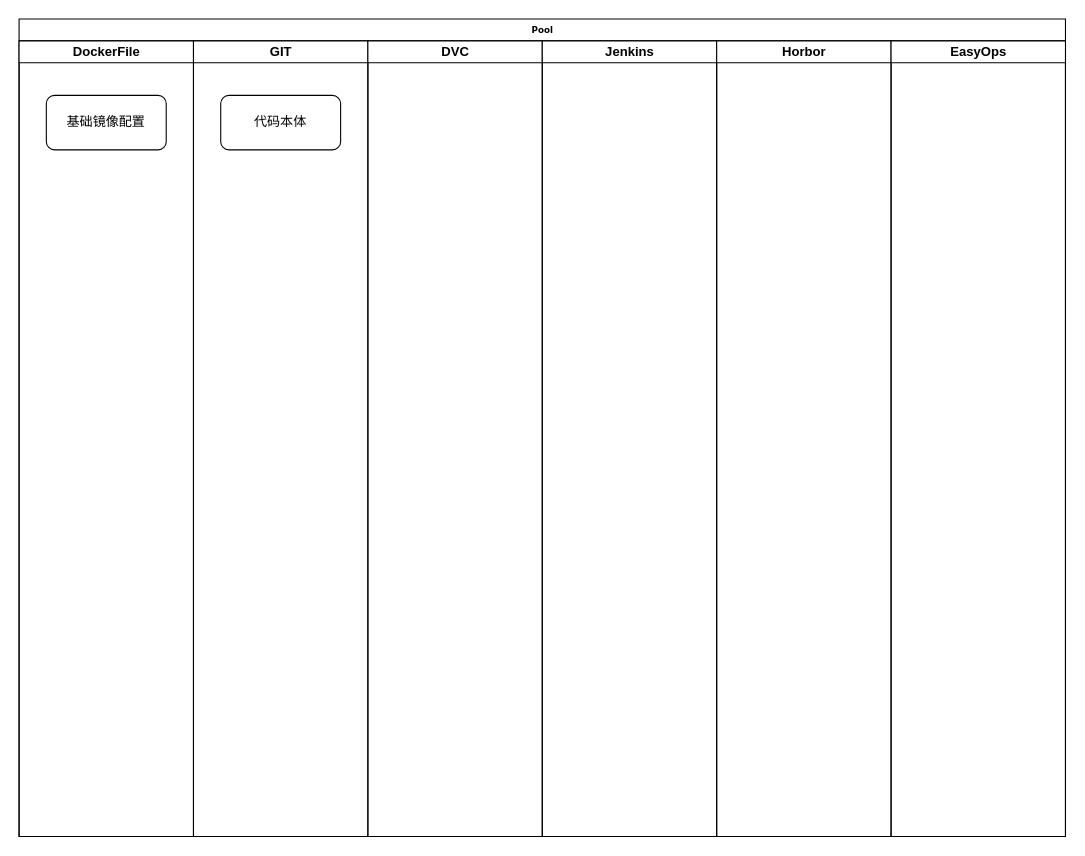
Earlier version of the draw.io diagram Untitled Diagram.drawio (AutoAllenWu/MyAuto). Source tidied: cells renumbered, new cells numbered last; positions are measured from the earlier drawing's top-left corner, leaving out a move shared by most shapes. Both pictures are drawn from the tidied source at 109%, with x=0, y=0 at pixel (19, 19).
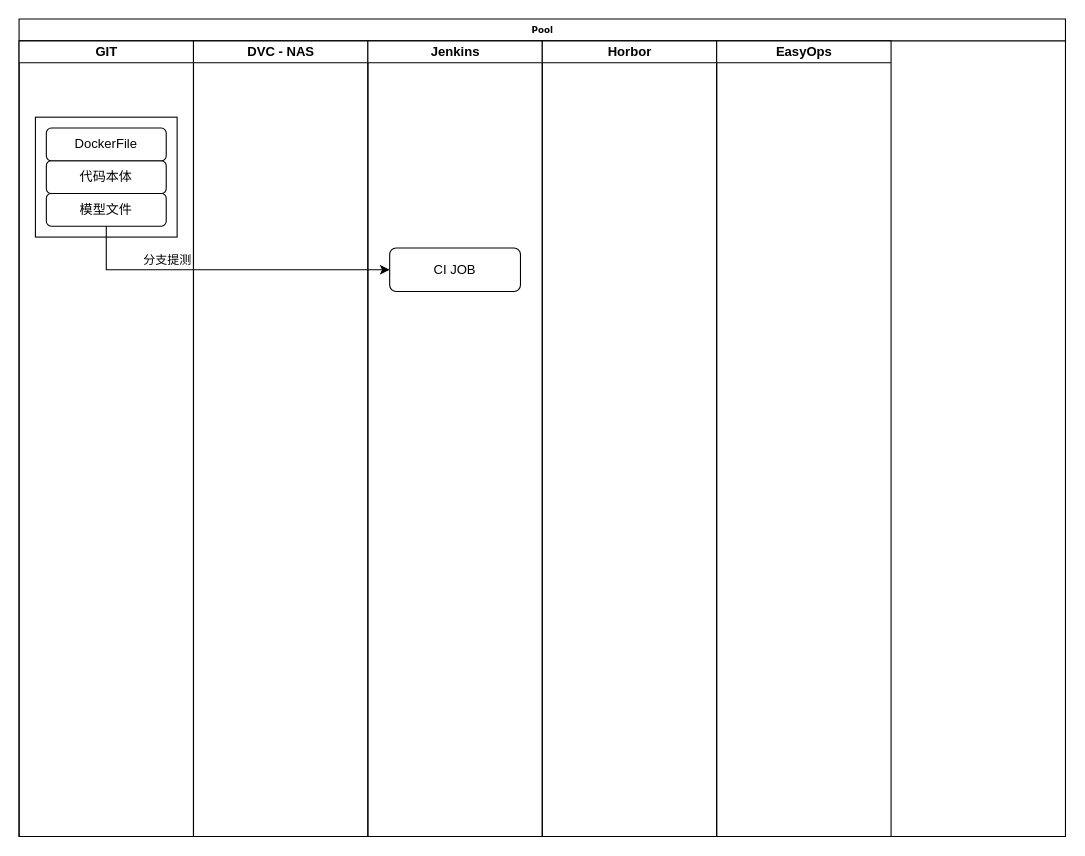
The same diagram, later.

What changed in the source:
```diff
@@
 <mxGraphModel background="#ffffff">
   <root>
     <mxCell id="0" />
     <mxCell id="1" parent="0" />
     <mxCell id="2" value="Pool" style="swimlane;html=1;startSize=20;rounded=0;shadow=0;labelBackgroundColor=none;strokeWidth=1;fontFamily=Verdana;fontSize=8;align=center;" parent="1" vertex="1">
       <mxGeometry width="960" height="750" as="geometry" />
     </mxCell>
-    <mxCell id="3" value="DockerFile" style="swimlane;html=1;startSize=20;" parent="2" vertex="1">
-      <mxGeometry y="20" width="160" height="730" as="geometry" />
-    </mxCell>
-    <mxCell id="4" value="基础镜像配置" style="rounded=1;whiteSpace=wrap;html=1;" parent="3" vertex="1">
-      <mxGeometry x="25" y="50" width="110" height="50" as="geometry" />
-    </mxCell>
     <mxCell id="5" style="edgeStyle=orthogonalEdgeStyle;rounded=1;html=1;labelBackgroundColor=none;startArrow=none;startFill=0;startSize=5;endArrow=classicThin;endFill=1;endSize=5;jettySize=auto;orthogonalLoop=1;strokeWidth=1;fontFamily=Verdana;fontSize=8;" parent="2" edge="1">
       <mxGeometry relative="1" as="geometry">
         <mxPoint x="770" y="690" as="sourcePoint" />
       </mxGeometry>
     </mxCell>
     <mxCell id="6" value="GIT" style="swimlane;html=1;startSize=20;" parent="2" vertex="1">
-      <mxGeometry x="160" y="20" width="160" height="730" as="geometry" />
+      <mxGeometry y="20" width="160" height="730" as="geometry" />
     </mxCell>
+    <mxCell id="12" style="rounded=0;whiteSpace=wrap;html=1;" parent="6" vertex="1">
+      <mxGeometry x="15" y="70" width="130" height="110" as="geometry" />
+    </mxCell>
     <mxCell id="7" value="代码本体" style="rounded=1;whiteSpace=wrap;html=1;" parent="6" vertex="1">
-      <mxGeometry x="25" y="50" width="110" height="50" as="geometry" />
+      <mxGeometry x="25" y="110" width="110" height="30" as="geometry" />
     </mxCell>
+    <mxCell id="3" value="DockerFile" style="rounded=1;whiteSpace=wrap;html=1;" parent="6" vertex="1">
+      <mxGeometry x="25" y="80" width="110" height="30" as="geometry" />
+    </mxCell>
+    <mxCell id="13" value="模型文件" style="rounded=1;whiteSpace=wrap;html=1;" parent="6" vertex="1">
+      <mxGeometry x="25" y="140" width="110" height="30" as="geometry" />
+    </mxCell>
+    <mxCell id="14" style="edgeStyle=orthogonalEdgeStyle;rounded=0;orthogonalLoop=1;jettySize=auto;html=1;exitX=0.5;exitY=1;exitDx=0;exitDy=0;" parent="6" edge="1" source="7" target="7">
+      <mxGeometry relative="1" as="geometry" />
+    </mxCell>
-    <mxCell id="8" value="DVC" style="swimlane;html=1;startSize=20;" parent="2" vertex="1">
-      <mxGeometry x="320" y="20" width="160" height="730" as="geometry" />
+    <mxCell id="8" value="DVC - NAS" style="swimlane;html=1;startSize=20;" parent="2" vertex="1">
+      <mxGeometry x="160" y="20" width="160" height="730" as="geometry" />
     </mxCell>
     <mxCell id="9" value="Jenkins" style="swimlane;html=1;startSize=20;" parent="2" vertex="1">
-      <mxGeometry x="480" y="20" width="160" height="730" as="geometry" />
+      <mxGeometry x="320" y="20" width="160" height="730" as="geometry" />
     </mxCell>
+    <mxCell id="15" value="CI JOB" style="rounded=1;whiteSpace=wrap;html=1;" parent="9" vertex="1">
+      <mxGeometry x="20" y="190" width="120" height="40" as="geometry" />
+    </mxCell>
     <mxCell id="10" value="Horbor" style="swimlane;html=1;startSize=20;" parent="2" vertex="1">
-      <mxGeometry x="640" y="20" width="160" height="730" as="geometry" />
+      <mxGeometry x="480" y="20" width="160" height="730" as="geometry" />
     </mxCell>
     <mxCell id="11" value="EasyOps" style="swimlane;html=1;startSize=20;" parent="2" vertex="1">
-      <mxGeometry x="800" y="20" width="160" height="730" as="geometry" />
+      <mxGeometry x="640" y="20" width="160" height="730" as="geometry" />
     </mxCell>
+    <mxCell id="16" style="edgeStyle=orthogonalEdgeStyle;rounded=0;jettySize=auto;html=1;entryX=0;entryY=0.5;entryDx=0;entryDy=0;" parent="2" edge="1" source="13" target="15">
+      <mxGeometry relative="1" as="geometry">
+        <Array as="points">
+          <mxPoint x="80" y="230" />
+          <mxPoint x="340" y="230" />
+        </Array>
+      </mxGeometry>
+    </mxCell>
+    <mxCell id="17" value="分支提测" style="edgeLabel;html=1;align=center;verticalAlign=middle;" parent="16" vertex="1">
+      <mxGeometry x="-0.46" y="-2" relative="1" as="geometry">
+        <mxPoint x="14" y="-12" as="offset" />
+      </mxGeometry>
+    </mxCell>
   </root>
 </mxGraphModel>
```
